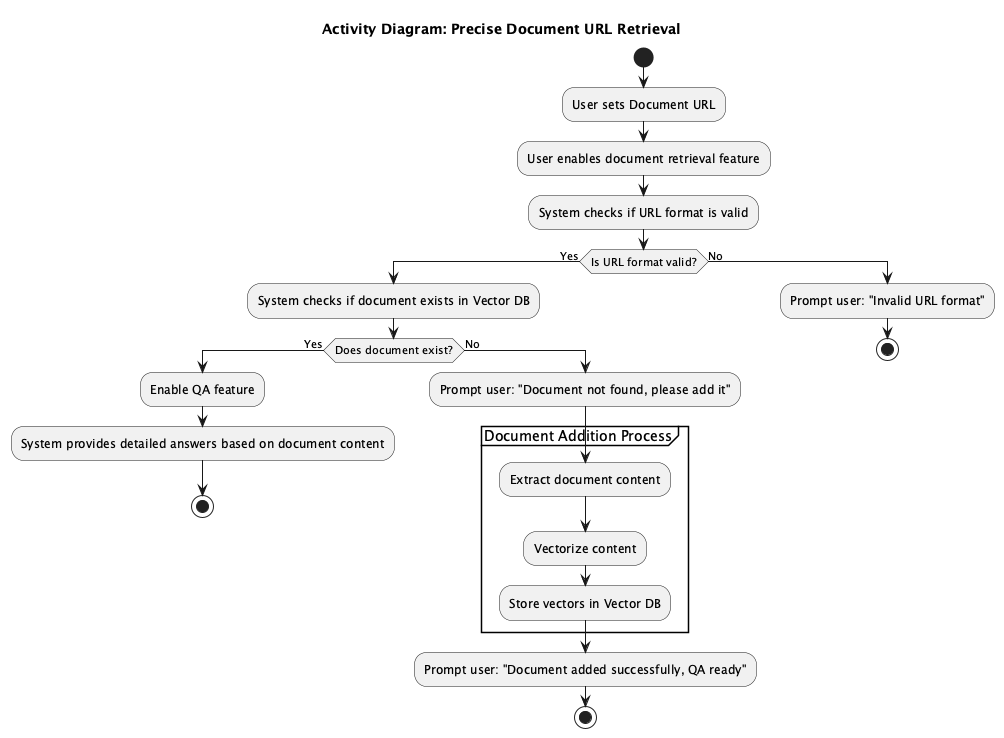
The PlantUML diagram latex/UML/Activity/Precise-Document-URL-Retrieval.png in stepbystepcode/CodeWay, before a commit.
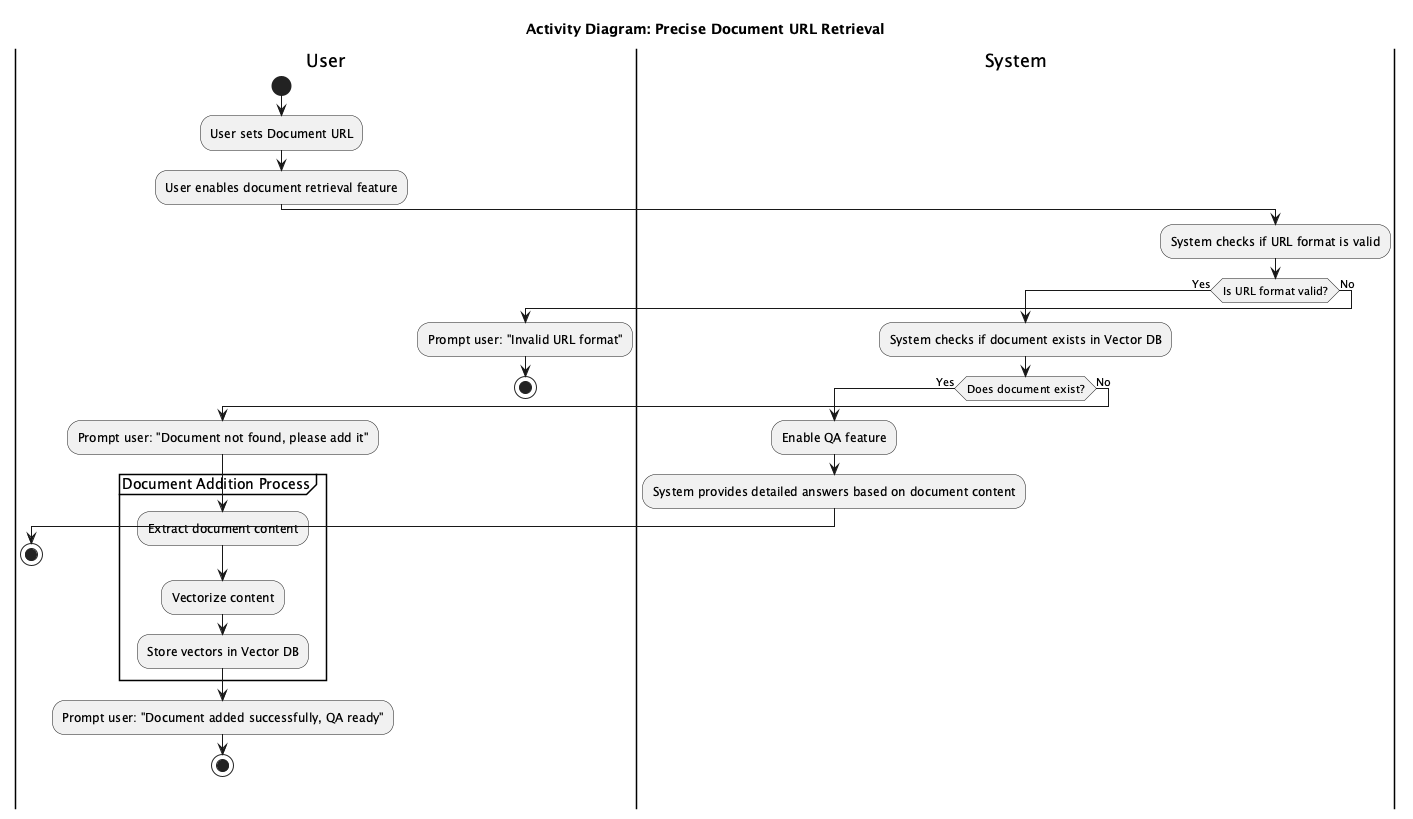
Above is the later version.

Change to the diagram source:
```diff
@@ -1,15 +1,20 @@
 @startuml
 title Activity Diagram: Precise Document URL Retrieval
 
+|User|
 start
 :User sets Document URL;
 :User enables document retrieval feature;
+
+|System|
 :System checks if URL format is valid;
 if (Is URL format valid?) then (Yes)
   :System checks if document exists in Vector DB;
   if (Does document exist?) then (Yes)
     :Enable QA feature;
     :System provides detailed answers based on document content;
+
+    |User|
     stop
   else (No)
     :Prompt user: "Document not found, please add it";
@@ -19,10 +24,14 @@
       :Store vectors in Vector DB;
     }
     :Prompt user: "Document added successfully, QA ready";
+
+    |User|
     stop
   endif
 else (No)
   :Prompt user: "Invalid URL format";
+
+  |User|
   stop
 endif
 
```
